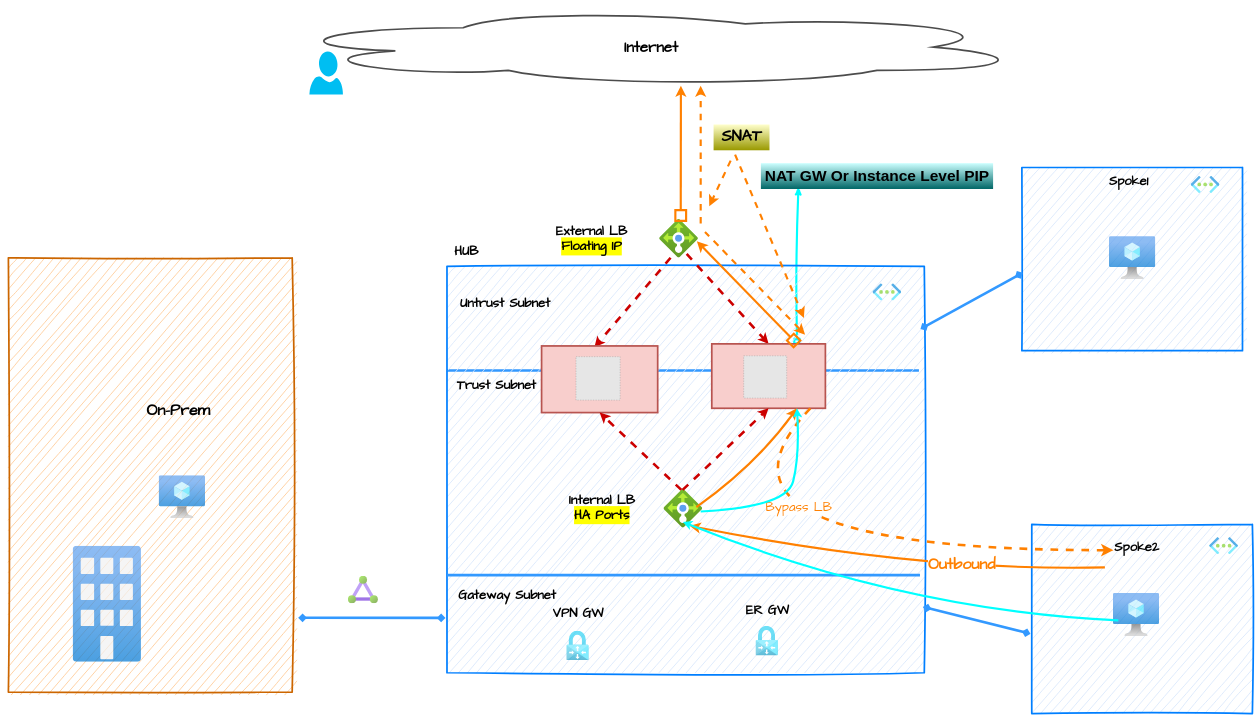
Earlier version of the draw.io diagram diagrams/NVA-ha.drawio (nehalineogi/azure-networking). Source tidied: cells renumbered, new cells numbered last; positions are measured from the earlier drawing's top-left corner, leaving out a move shared by most shapes. Both pictures are drawn from the tidied source at 43%, with x=0, y=0 at pixel (8, 8). Pictures stored in the file or linked from it are replaced by grey dashed boxes.
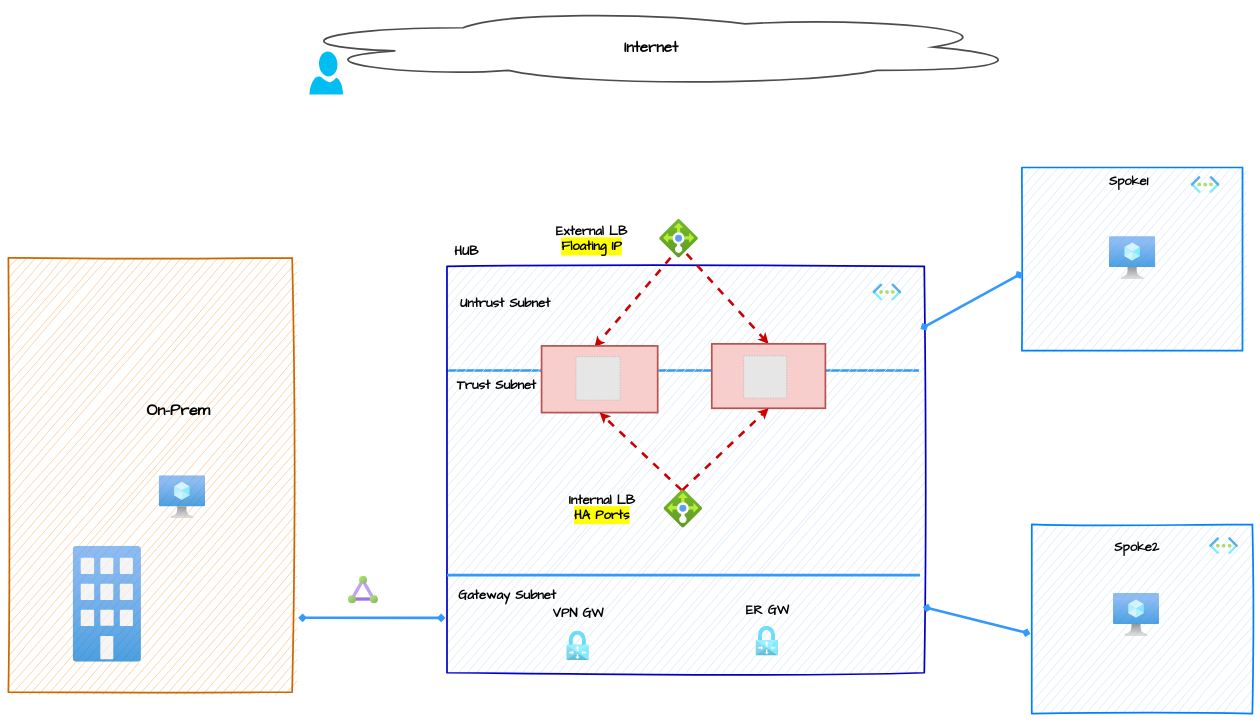
Above is the later version.

Unchanged cells that the change refers to:
```xml
<mxCell id="10" style="html=1;points=[];align=center;image;fontSize=12;image=img/lib/azure2/compute/Virtual_Machine.svg;rounded=0;glass=0;labelBackgroundColor=default;sketch=0;fillStyle=hachure;strokeWidth=0;fontFamily=Comic Sans MS;fontColor=#000000;fillColor=none;opacity=70;labelBorderColor=#000000;strokeColor=#000000;" parent="3" vertex="1">
  <mxGeometry x="2569" y="1360" width="107.8" height="100" as="geometry" />
</mxCell>
<mxCell id="37" style="whiteSpace=wrap;html=1;labelBackgroundColor=none;labelBorderColor=none;fillStyle=auto;strokeColor=#b85450;strokeWidth=4;fontFamily=Comic Sans MS;fontSize=30;fillColor=#f8cecc;" parent="36" vertex="1">
  <mxGeometry x="1635.8" y="780.2" width="264.2" height="149.8" as="geometry" />
</mxCell>
<mxCell id="39" style="html=1;points=[];align=center;image;fontSize=12;image=img/lib/azure2/networking/Load_Balancers.svg;rounded=0;shadow=0;labelBackgroundColor=none;labelBorderColor=none;sketch=1;fillWeight=-1;hachureGap=-1;hachureAngle=-41;jiggle=2;disableMultiStroke=1;disableMultiStrokeFill=1;fillStyle=auto;curveFitting=1;sketchStyle=rough;strokeColor=#6c8ebf;strokeWidth=3;fontFamily=Comic Sans MS;fontColor=rgb(0, 0, 0);fillColor=#A9C4EB;" parent="36" vertex="1">
  <mxGeometry x="1524" y="1118" width="90" height="90" as="geometry" />
</mxCell>
<mxCell id="40" style="html=1;points=[];align=center;image;fontSize=12;image=img/lib/azure2/networking/Load_Balancers.svg;rounded=0;shadow=0;labelBackgroundColor=none;labelBorderColor=none;sketch=1;fillWeight=-1;hachureGap=-1;hachureAngle=-41;jiggle=2;disableMultiStroke=1;disableMultiStrokeFill=1;fillStyle=auto;curveFitting=1;sketchStyle=rough;strokeColor=#6c8ebf;strokeWidth=3;fontFamily=Comic Sans MS;fontColor=rgb(0, 0, 0);fillColor=#A9C4EB;" parent="36" vertex="1">
  <mxGeometry x="1514" y="490" width="90" height="90" as="geometry" />
</mxCell>
```

What changed in the source:
```diff
@@
-    <mxCell id="2" style="edgeStyle=none;sketch=1;hachureGap=4;jiggle=2;curveFitting=1;html=1;exitX=0.75;exitY=0;exitDx=0;exitDy=0;entryX=0.161;entryY=0.937;entryDx=0;entryDy=0;entryPerimeter=0;fontFamily=Helvetica;fontSize=36;startArrow=box;startFill=0;strokeColor=#00FFFF;strokeWidth=5;disableMultiStroke=1;" parent="1" edge="1" source="37" target="61">
-      <mxGeometry relative="1" as="geometry" />
-    </mxCell>
@@
-    <mxCell id="7" style="rounded=0;whiteSpace=wrap;html=1;fillColor=#dae8fc;strokeColor=#007FFF;strokeWidth=4;fontFamily=Comic Sans MS;sketch=1;curveFitting=1;jiggle=2;disableMultiStroke=1;disableMultiStrokeFill=1;labelBackgroundColor=none;labelBorderColor=#000000;fillStyle=auto;fontSize=40;fontColor=#FF8000;" parent="3" vertex="1">
+    <mxCell id="7" style="rounded=0;whiteSpace=wrap;html=1;fillColor=#dae8fc;strokeColor=#0000CC;strokeWidth=4;fontFamily=Comic Sans MS;sketch=1;curveFitting=1;jiggle=2;disableMultiStroke=1;disableMultiStrokeFill=1;labelBackgroundColor=none;labelBorderColor=#000000;fillStyle=auto;fontSize=40;fontColor=#FF8000;" parent="3" vertex="1">
       <mxGeometry x="1020" y="600" width="1110" height="945" as="geometry" />
     </mxCell>
@@
-    <mxCell id="47" parent="0" />
-    <mxCell id="48" style="jettySize=auto;html=1;entryX=0.67;entryY=0.949;entryDx=0;entryDy=0;entryPerimeter=0;strokeColor=#FF8000;strokeWidth=5;fontFamily=Comic Sans MS;fontSize=37;fontColor=#00CC00;startArrow=none;startFill=0;endArrow=classic;endFill=1;endSize=10;sourcePerimeterSpacing=12;targetPerimeterSpacing=24;curved=1;" parent="47" edge="1" target="39">
-      <mxGeometry relative="1" as="geometry">
-        <mxPoint x="2550" y="1300" as="sourcePoint" />
-        <Array as="points">
-          <mxPoint x="2120" y="1310" />
-        </Array>
-      </mxGeometry>
-    </mxCell>
-    <mxCell id="49" value="Outbound" style="edgeLabel;html=1;align=center;verticalAlign=middle;fontSize=37;fontFamily=Comic Sans MS;fontColor=#FF8000;fontStyle=1;" parent="48" vertex="1">
-      <mxGeometry x="-0.32" y="-14" relative="1" as="geometry">
-        <mxPoint x="-1" as="offset" />
-      </mxGeometry>
-    </mxCell>
-    <mxCell id="50" style="edgeStyle=none;curved=1;jettySize=auto;html=1;exitX=0.844;exitY=0.467;exitDx=0;exitDy=0;entryX=0.75;entryY=1;entryDx=0;entryDy=0;strokeColor=#FF8000;strokeWidth=5;fontFamily=Comic Sans MS;fontSize=37;fontColor=#00CC00;startArrow=none;startFill=0;endArrow=classic;endFill=1;endSize=10;sourcePerimeterSpacing=12;targetPerimeterSpacing=24;exitPerimeter=0;" parent="47" edge="1" source="39" target="37">
-      <mxGeometry relative="1" as="geometry">
-        <Array as="points">
-          <mxPoint x="1740" y="1060" />
-        </Array>
-      </mxGeometry>
-    </mxCell>
-    <mxCell id="51" style="edgeStyle=none;curved=1;jettySize=auto;html=1;exitX=0.75;exitY=0;exitDx=0;exitDy=0;entryX=0.968;entryY=0.571;entryDx=0;entryDy=0;entryPerimeter=0;strokeColor=#FF8000;strokeWidth=5;fontFamily=Comic Sans MS;fontSize=37;fontColor=#00CC00;startArrow=box;startFill=0;endArrow=classic;endFill=1;endSize=10;sourcePerimeterSpacing=20;targetPerimeterSpacing=24;startSize=16;" parent="47" edge="1" source="37" target="40">
-      <mxGeometry relative="1" as="geometry" />
-    </mxCell>
-    <mxCell id="52" style="edgeStyle=none;curved=1;jettySize=auto;html=1;exitX=0.551;exitY=0.046;exitDx=0;exitDy=0;strokeColor=#FF8000;strokeWidth=5;fontFamily=Comic Sans MS;fontSize=37;fontColor=#00CC00;startArrow=box;startFill=0;endArrow=classic;endFill=1;endSize=10;sourcePerimeterSpacing=12;targetPerimeterSpacing=24;exitPerimeter=0;startSize=19;" parent="47" edge="1" source="40">
-      <mxGeometry relative="1" as="geometry">
-        <mxPoint x="1564" y="180" as="targetPoint" />
-      </mxGeometry>
-    </mxCell>
-    <mxCell id="53" style="edgeStyle=none;curved=1;orthogonalLoop=1;jettySize=auto;html=1;strokeColor=#FF8000;strokeWidth=5;fontFamily=Comic Sans MS;fontSize=37;fontColor=#00CC00;startArrow=none;startFill=0;endArrow=classic;endFill=1;endSize=10;sourcePerimeterSpacing=12;targetPerimeterSpacing=24;dashed=1;" parent="47" edge="1">
-      <mxGeometry relative="1" as="geometry">
-        <mxPoint x="1610" y="500" as="sourcePoint" />
-        <mxPoint x="1610" y="180" as="targetPoint" />
-      </mxGeometry>
-    </mxCell>
-    <mxCell id="54" style="edgeStyle=none;curved=1;orthogonalLoop=1;jettySize=auto;html=1;exitX=0.75;exitY=0;exitDx=0;exitDy=0;entryX=0.968;entryY=0.571;entryDx=0;entryDy=0;entryPerimeter=0;strokeColor=#FF8000;strokeWidth=5;fontFamily=Comic Sans MS;fontSize=37;fontColor=#00CC00;startArrow=none;startFill=0;endArrow=classic;endFill=1;endSize=10;sourcePerimeterSpacing=24;targetPerimeterSpacing=12;dashed=1;" parent="47" edge="1">
-      <mxGeometry relative="1" as="geometry">
-        <mxPoint x="1620" y="520" as="sourcePoint" />
-        <mxPoint x="1852.8" y="758.8" as="targetPoint" />
-      </mxGeometry>
-    </mxCell>
-    <mxCell id="55" style="edgeStyle=none;curved=1;orthogonalLoop=1;jettySize=auto;html=1;strokeColor=#FF8000;strokeWidth=6;fontFamily=Comic Sans MS;fontSize=37;fontColor=#00CC00;startArrow=none;startFill=0;endArrow=classic;endFill=1;endSize=10;sourcePerimeterSpacing=24;targetPerimeterSpacing=12;dashed=1;" parent="47" edge="1">
-      <mxGeometry relative="1" as="geometry">
-        <mxPoint x="1865" y="930" as="sourcePoint" />
-        <mxPoint x="2570" y="1260" as="targetPoint" />
-        <Array as="points">
-          <mxPoint x="1550" y="1260" />
-        </Array>
-      </mxGeometry>
-    </mxCell>
-    <mxCell id="56" value="Bypass LB" style="edgeLabel;html=1;align=center;verticalAlign=middle;fontSize=30;fontFamily=Comic Sans MS;fontColor=#FF8000;" parent="55" vertex="1">
-      <mxGeometry x="0.01" y="101" relative="1" as="geometry">
-        <mxPoint x="-1" as="offset" />
-      </mxGeometry>
-    </mxCell>
-    <mxCell id="57" value="&lt;b style=&quot;font-size: 37px;&quot;&gt;SNAT&lt;/b&gt;" style="text;html=1;align=center;verticalAlign=middle;points=[];strokeColor=none;fillColor=#FFFFCC;fontSize=37;fontFamily=Comic Sans MS;fontColor=#000000;shadow=0;gradientColor=#999900;comic=0;fillStyle=solid;" parent="47" vertex="1">
-      <mxGeometry x="1640" y="270" width="130" height="60" as="geometry" />
-    </mxCell>
-    <mxCell id="58" style="edgeStyle=none;curved=1;jettySize=auto;html=1;dashed=1;strokeColor=#FF8000;strokeWidth=5;fontFamily=Comic Sans MS;fontSize=30;fontColor=#000000;startArrow=none;startFill=0;endArrow=classic;endFill=1;endSize=10;sourcePerimeterSpacing=24;targetPerimeterSpacing=12;" parent="47" edge="1" source="57">
-      <mxGeometry relative="1" as="geometry">
-        <mxPoint x="1630" y="460" as="targetPoint" />
-      </mxGeometry>
-    </mxCell>
-    <mxCell id="59" style="edgeStyle=none;curved=1;orthogonalLoop=1;jettySize=auto;html=1;dashed=1;strokeColor=#FF8000;strokeWidth=5;fontFamily=Comic Sans MS;fontSize=30;fontColor=#000000;startArrow=none;startFill=0;endArrow=classic;endFill=1;endSize=10;sourcePerimeterSpacing=24;targetPerimeterSpacing=12;" parent="47" edge="1">
-      <mxGeometry relative="1" as="geometry">
-        <mxPoint x="1690" y="340" as="sourcePoint" />
-        <mxPoint x="1850" y="720" as="targetPoint" />
-      </mxGeometry>
-    </mxCell>
-    <mxCell id="60" parent="0" />
-    <mxCell id="61" value="&lt;font color=&quot;#000000&quot; style=&quot;font-size: 36px;&quot;&gt;&lt;span style=&quot;font-size: 36px;&quot;&gt;NAT GW Or Instance Level PIP&lt;/span&gt;&lt;/font&gt;" style="text;html=1;align=center;verticalAlign=middle;points=[];strokeColor=none;fillColor=#CCFFFF;fontSize=36;fontStyle=1;labelBorderColor=none;gradientColor=#006666;" parent="60" vertex="1">
-      <mxGeometry x="1750" y="360" width="540" height="60" as="geometry" />
-    </mxCell>
-    <mxCell id="62" style="edgeStyle=none;curved=1;jettySize=auto;html=1;strokeColor=#00FFFF;strokeWidth=5;fontSize=36;startArrow=none;startFill=0;entryX=0.496;entryY=0.849;entryDx=0;entryDy=0;entryPerimeter=0;exitX=0.114;exitY=0.632;exitDx=0;exitDy=0;exitPerimeter=0;" parent="60" edge="1" source="10" target="39">
-      <mxGeometry relative="1" as="geometry">
-        <Array as="points">
-          <mxPoint x="2080" y="1400" />
-        </Array>
-      </mxGeometry>
-    </mxCell>
-    <mxCell id="63" style="edgeStyle=none;curved=1;jettySize=auto;html=1;exitX=1;exitY=0.75;exitDx=0;exitDy=0;strokeColor=#00FFFF;strokeWidth=5;fontSize=36;startArrow=none;startFill=0;entryX=0.75;entryY=1;entryDx=0;entryDy=0;" parent="60" edge="1" target="37">
-      <mxGeometry relative="1" as="geometry">
-        <mxPoint x="1610" y="1170" as="sourcePoint" />
-        <Array as="points">
-          <mxPoint x="1810" y="1160" />
-          <mxPoint x="1840" y="1040" />
-        </Array>
-      </mxGeometry>
-    </mxCell>
-    <mxCell id="64" parent="0" />
+    <mxCell id="65" parent="0" />
```
